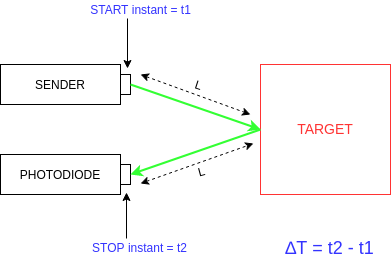
The draw.io diagram 1.Introduction/images/laser.png in mconsonni96/Tesi, before a commit. Source tidied: cells renumbered, new cells last; positions are measured from the earlier drawing's top-left corner, leaving out a move shared by most shapes.
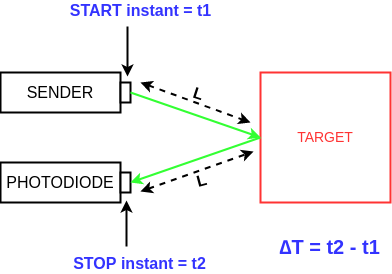
The same diagram one commit later.

The edit, as a diff of the source:
```diff
@@ -2,65 +2,65 @@
   <root>
     <mxCell id="0" />
     <mxCell id="1" parent="0" />
-    <mxCell id="2" value="&lt;font style=&quot;font-size: 14px&quot; color=&quot;#ff3333&quot;&gt;TARGET&lt;/font&gt;" style="whiteSpace=wrap;html=1;strokeColor=#FF3333;" parent="1" vertex="1">
+    <mxCell id="2" value="&lt;font style=&quot;font-size: 14px&quot; color=&quot;#ff3333&quot;&gt;TARGET&lt;/font&gt;" style="whiteSpace=wrap;html=1;strokeColor=#FF3333;strokeWidth=2;" parent="1" vertex="1">
       <mxGeometry x="260" y="64" width="130" height="130" as="geometry" />
     </mxCell>
-    <mxCell id="3" value="&lt;font style=&quot;font-size: 12px&quot; color=&quot;#000000&quot;&gt;SENDER&lt;/font&gt;" style="whiteSpace=wrap;html=1;fontSize=14;fontColor=#FF3333;strokeColor=#000000;" parent="1" vertex="1">
+    <mxCell id="3" value="&lt;font style=&quot;font-size: 16px&quot; color=&quot;#000000&quot;&gt;SENDER&lt;/font&gt;" style="whiteSpace=wrap;html=1;fontSize=14;fontColor=#FF3333;strokeColor=#000000;strokeWidth=2;" parent="1" vertex="1">
       <mxGeometry y="64" width="120" height="40" as="geometry" />
     </mxCell>
-    <mxCell id="4" value="&lt;font style=&quot;font-size: 12px&quot; color=&quot;#000000&quot;&gt;PHOTODIODE&lt;/font&gt;" style="whiteSpace=wrap;html=1;fontSize=14;fontColor=#FF3333;strokeColor=#000000;" parent="1" vertex="1">
+    <mxCell id="4" value="&lt;font style=&quot;font-size: 16px&quot; color=&quot;#000000&quot;&gt;PHOTODIODE&lt;/font&gt;" style="whiteSpace=wrap;html=1;fontSize=14;fontColor=#FF3333;strokeColor=#000000;strokeWidth=2;" parent="1" vertex="1">
       <mxGeometry y="154" width="120" height="40" as="geometry" />
     </mxCell>
+    <mxCell id="18" style="whiteSpace=wrap;html=1;fontSize=14;fontColor=#FF3333;strokeColor=#000000;strokeWidth=2;" parent="1" vertex="1">
+      <mxGeometry x="120" y="74" width="10" height="20" as="geometry" />
+    </mxCell>
-    <mxCell id="5" style="whiteSpace=wrap;html=1;fontSize=14;fontColor=#FF3333;strokeColor=#000000;" parent="1" vertex="1">
-      <mxGeometry x="120" y="74" width="10" height="20" as="geometry" />
+    <mxCell id="5" style="whiteSpace=wrap;html=1;fontSize=14;fontColor=#FF3333;strokeColor=#000000;strokeWidth=2;" parent="1" vertex="1">
+      <mxGeometry x="120" y="164" width="10" height="20" as="geometry" />
     </mxCell>
-    <mxCell id="6" style="whiteSpace=wrap;html=1;fontSize=14;fontColor=#FF3333;strokeColor=#000000;" parent="1" vertex="1">
-      <mxGeometry x="120" y="164" width="10" height="20" as="geometry" />
+    <mxCell id="6" style="endArrow=classic;html=1;fontSize=12;fontColor=#FFFFFF;exitX=1;exitY=0.5;exitDx=0;exitDy=0;entryX=0;entryY=0.5;entryDx=0;entryDy=0;strokeColor=#33FF33;strokeWidth=2;" parent="1" edge="1" source="18" target="2">
+      <mxGeometry relative="1" as="geometry" />
     </mxCell>
-    <mxCell id="7" style="endArrow=classic;html=1;fontSize=12;fontColor=#FFFFFF;exitX=1;exitY=0.5;exitDx=0;exitDy=0;entryX=0;entryY=0.5;entryDx=0;entryDy=0;strokeColor=#33FF33;strokeWidth=2;" parent="1" edge="1" source="5" target="2">
+    <mxCell id="7" style="endArrow=classic;html=1;fontSize=12;fontColor=#FFFFFF;entryX=1;entryY=0.5;entryDx=0;entryDy=0;exitX=0;exitY=0.5;exitDx=0;exitDy=0;strokeColor=#33FF33;strokeWidth=2;" parent="1" edge="1" source="2" target="5">
       <mxGeometry relative="1" as="geometry" />
     </mxCell>
-    <mxCell id="8" style="endArrow=classic;html=1;fontSize=12;fontColor=#FFFFFF;entryX=1;entryY=0.5;entryDx=0;entryDy=0;exitX=0;exitY=0.5;exitDx=0;exitDy=0;strokeColor=#33FF33;strokeWidth=2;" parent="1" edge="1" source="2" target="6">
-      <mxGeometry relative="1" as="geometry" />
+    <mxCell id="8" style="endArrow=classic;dashed=1;html=1;strokeWidth=2;fontSize=12;fontColor=#FFFFFF;startArrow=classic;startFill=1;endFill=1;strokeColor=#000000;" parent="1" edge="1">
+      <mxGeometry relative="1" as="geometry">
+        <mxPoint x="140" y="74" as="sourcePoint" />
+        <mxPoint x="250" y="114" as="targetPoint" />
+      </mxGeometry>
     </mxCell>
-    <mxCell id="9" style="endArrow=classic;dashed=1;html=1;strokeWidth=1;fontSize=12;fontColor=#FFFFFF;startArrow=classic;startFill=1;endFill=1;strokeColor=#000000;" parent="1" edge="1">
+    <mxCell id="9" style="endArrow=classic;dashed=1;html=1;strokeWidth=2;fontSize=12;fontColor=#FFFFFF;startArrow=classic;startFill=1;endFill=1;strokeColor=#000000;" parent="1" edge="1">
       <mxGeometry relative="1" as="geometry">
-        <mxPoint x="140" y="74" as="sourcePoint" />
-        <mxPoint x="250" y="114" as="targetPoint" />
+        <mxPoint x="140" y="183" as="sourcePoint" />
+        <mxPoint x="253" y="143" as="targetPoint" />
       </mxGeometry>
     </mxCell>
-    <mxCell id="10" style="endArrow=classic;dashed=1;html=1;strokeWidth=1;fontSize=12;fontColor=#FFFFFF;startArrow=classic;startFill=1;endFill=1;strokeColor=#000000;" parent="1" edge="1">
-      <mxGeometry relative="1" as="geometry">
-        <mxPoint x="140" y="183" as="sourcePoint" />
-        <mxPoint x="253" y="143" as="targetPoint" />
-      </mxGeometry>
+    <mxCell id="10" value="&lt;font color=&quot;#000000&quot; size=&quot;1&quot;&gt;&lt;b style=&quot;font-size: 16px&quot;&gt;L&lt;/b&gt;&lt;/font&gt;" style="text;html=1;align=center;verticalAlign=middle;fillColor=none;strokeColor=none;rounded=0;fontSize=12;fontColor=#FFFFFF;rotation=-15;" parent="1" vertex="1">
+      <mxGeometry x="186" y="162" width="30" height="20" as="geometry" />
     </mxCell>
-    <mxCell id="11" value="&lt;font color=&quot;#000000&quot;&gt;L&lt;/font&gt;" style="text;html=1;align=center;verticalAlign=middle;fillColor=none;strokeColor=none;rounded=0;fontSize=12;fontColor=#FFFFFF;rotation=-15;" parent="1" vertex="1">
-      <mxGeometry x="191" y="162" width="20" height="20" as="geometry" />
+    <mxCell id="11" value="&lt;font color=&quot;#000000&quot; size=&quot;1&quot;&gt;&lt;b style=&quot;font-size: 16px&quot;&gt;L&lt;/b&gt;&lt;/font&gt;" style="text;html=1;align=center;verticalAlign=middle;fillColor=none;strokeColor=none;rounded=0;fontSize=12;fontColor=#FFFFFF;rotation=18;" parent="1" vertex="1">
+      <mxGeometry x="183" y="75" width="30" height="20" as="geometry" />
     </mxCell>
-    <mxCell id="12" value="&lt;font color=&quot;#000000&quot;&gt;L&lt;/font&gt;" style="text;html=1;align=center;verticalAlign=middle;fillColor=none;strokeColor=none;rounded=0;fontSize=12;fontColor=#FFFFFF;rotation=18;" parent="1" vertex="1">
-      <mxGeometry x="188" y="75" width="20" height="20" as="geometry" />
+    <mxCell id="12" style="endArrow=classic;html=1;fontSize=12;fontColor=#000000;strokeColor=#000000;strokeWidth=2;" parent="1" edge="1">
+      <mxGeometry relative="1" as="geometry">
+        <mxPoint x="127" y="18" as="sourcePoint" />
+        <mxPoint x="127" y="68" as="targetPoint" />
+      </mxGeometry>
     </mxCell>
-    <mxCell id="13" style="endArrow=classic;html=1;fontSize=12;fontColor=#000000;strokeColor=#000000;strokeWidth=1;" parent="1" edge="1">
+    <mxCell id="13" style="endArrow=classic;html=1;fontSize=12;fontColor=#000000;strokeColor=#000000;strokeWidth=2;" parent="1" edge="1">
       <mxGeometry relative="1" as="geometry">
-        <mxPoint x="127" y="18" as="sourcePoint" />
-        <mxPoint x="127" y="68" as="targetPoint" />
+        <mxPoint x="126" y="238" as="sourcePoint" />
+        <mxPoint x="126" y="192" as="targetPoint" />
       </mxGeometry>
     </mxCell>
-    <mxCell id="14" style="endArrow=classic;html=1;fontSize=12;fontColor=#000000;strokeColor=#000000;strokeWidth=1;" parent="1" edge="1">
-      <mxGeometry relative="1" as="geometry">
-        <mxPoint x="126" y="238" as="sourcePoint" />
-        <mxPoint x="126" y="192" as="targetPoint" />
-      </mxGeometry>
+    <mxCell id="14" value="&lt;font color=&quot;#3333ff&quot; style=&quot;font-size: 16px&quot;&gt;&lt;b&gt;START instant = t1&lt;/b&gt;&lt;/font&gt;" style="text;html=1;align=center;verticalAlign=middle;fillColor=none;strokeColor=none;rounded=0;fontSize=12;fontColor=#000000;" parent="1" vertex="1">
+      <mxGeometry x="60" y="-8" width="160" height="20" as="geometry" />
     </mxCell>
-    <mxCell id="15" value="&lt;font color=&quot;#3333ff&quot;&gt;START instant = t1&lt;/font&gt;" style="text;html=1;align=center;verticalAlign=middle;fillColor=none;strokeColor=none;rounded=0;fontSize=12;fontColor=#000000;" parent="1" vertex="1">
-      <mxGeometry x="80" width="120" height="20" as="geometry" />
+    <mxCell id="15" value="&lt;font color=&quot;#3333ff&quot; style=&quot;font-size: 16px&quot;&gt;&lt;b&gt;STOP instant = t2&lt;/b&gt;&lt;/font&gt;" style="text;html=1;align=center;verticalAlign=middle;fillColor=none;strokeColor=none;rounded=0;fontSize=12;fontColor=#000000;" parent="1" vertex="1">
+      <mxGeometry x="64" y="245" width="150" height="20" as="geometry" />
     </mxCell>
-    <mxCell id="16" value="&lt;font color=&quot;#3333ff&quot;&gt;STOP instant = t2&lt;/font&gt;" style="text;html=1;align=center;verticalAlign=middle;fillColor=none;strokeColor=none;rounded=0;fontSize=12;fontColor=#000000;" parent="1" vertex="1">
-      <mxGeometry x="84" y="238" width="110" height="20" as="geometry" />
+    <mxCell id="16" value="&lt;font color=&quot;#3333ff&quot; size=&quot;1&quot;&gt;&lt;b style=&quot;font-size: 20px&quot;&gt;∆T = t2 - t1&lt;/b&gt;&lt;/font&gt;" style="text;html=1;align=center;verticalAlign=middle;fillColor=none;strokeColor=none;rounded=0;fontSize=12;fontColor=#000000;" parent="1" vertex="1">
+      <mxGeometry x="269" y="228" width="120" height="20" as="geometry" />
     </mxCell>
-    <mxCell id="17" value="&lt;font color=&quot;#3333ff&quot; style=&quot;font-size: 18px&quot;&gt;∆T = t2 - t1&lt;/font&gt;" style="text;html=1;align=center;verticalAlign=middle;fillColor=none;strokeColor=none;rounded=0;fontSize=12;fontColor=#000000;" parent="1" vertex="1">
-      <mxGeometry x="279" y="238" width="100" height="20" as="geometry" />
-    </mxCell>
   </root>
 </mxGraphModel>
```
